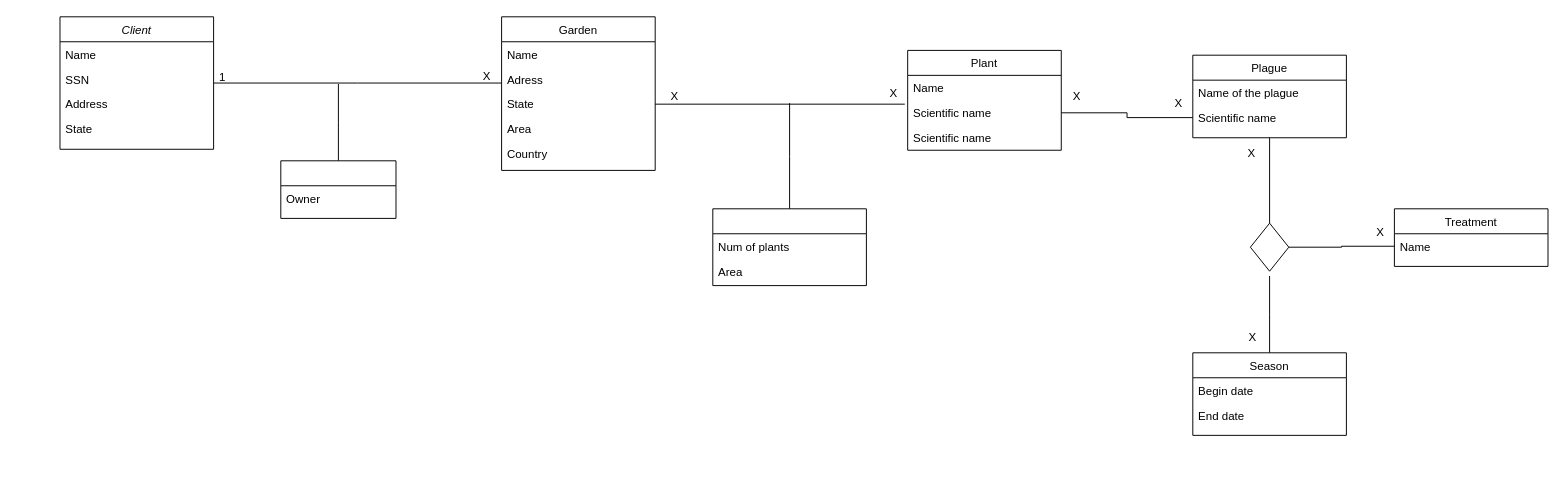
The draw.io diagram Jardineiro.drawio in brito-bernardo/database-modeling, before the edit. Source tidied: cells renumbered, new cells numbered last; positions are measured from the earlier drawing's top-left corner, leaving out a move shared by most shapes. Both pictures are drawn from the tidied source at 96%, with x=0, y=0 at pixel (60, 16).
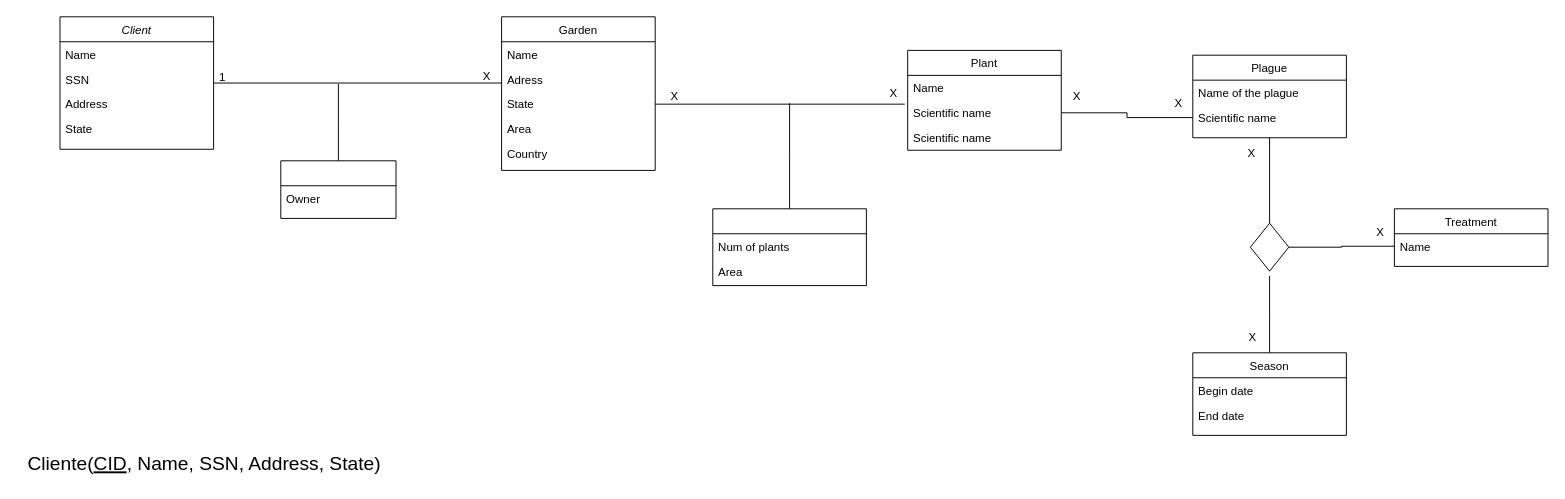
Above is the later version.

Change to the diagram source:
```diff
@@
+    <mxCell id="48" value="Cliente(&lt;u&gt;CID&lt;/u&gt;, Name, SSN, Address, State)" style="text;html=1;align=center;verticalAlign=middle;strokeColor=none;fillColor=none;fontSize=20;" parent="1" vertex="1">
+      <mxGeometry x="-45" y="445" width="390" height="40" as="geometry" />
+    </mxCell>
```
